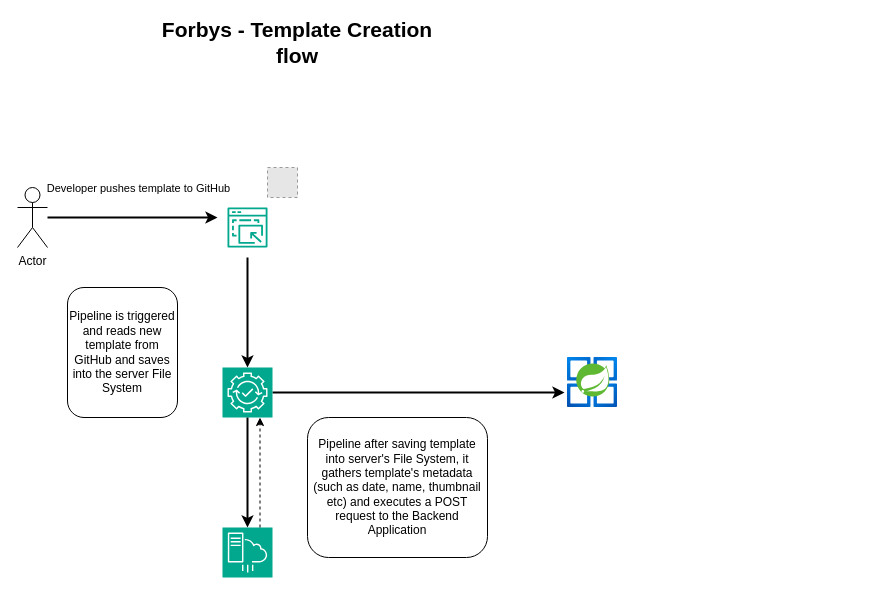
Above: page "Template Creation flow" (1 of 4) of Diagrama sem nome.drawio in Odrakir1/forbys (draw.io), before the change. Source tidied: cells renumbered, new cells numbered last; positions are measured from the earlier drawing's top-left corner, leaving out a move shared by most shapes. Both pictures are drawn from the tidied source at 100%, with x=0, y=0 at pixel (17, 27). Pictures stored in the file or linked from it are replaced by grey dashed boxes.
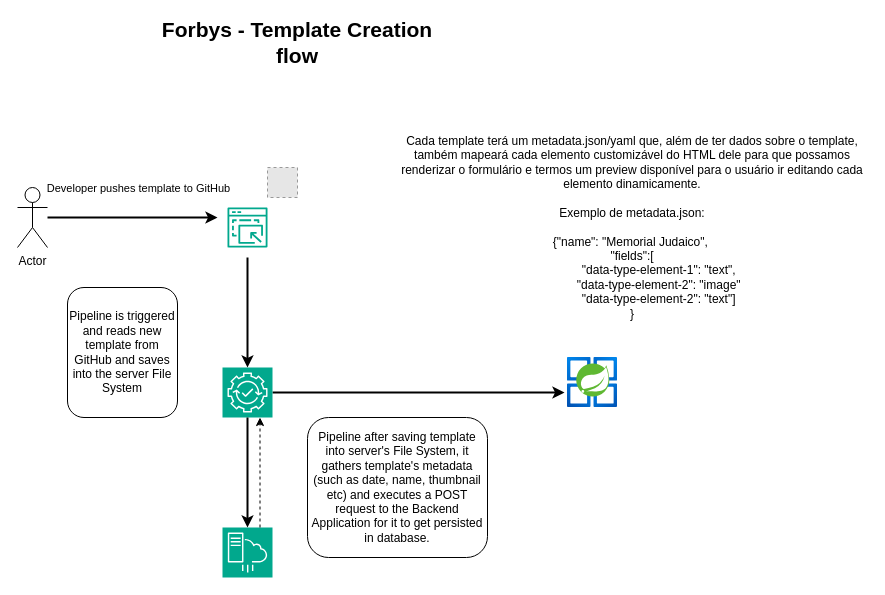
After the change.

What changed in the source:
```diff
@@
 <mxGraphModel>
   <root>
     <mxCell id="0" />
     <mxCell id="1" parent="0" />
     <mxCell id="2" value="Actor" style="shape=umlActor;verticalLabelPosition=bottom;verticalAlign=top;html=1;outlineConnect=0;" parent="1" vertex="1">
       <mxGeometry y="160" width="30" height="60" as="geometry" />
     </mxCell>
     <mxCell id="3" style="sketch=0;fontColor=#232F3E;gradientColor=none;fillColor=#01A88D;strokeColor=none;dashed=0;verticalLabelPosition=bottom;verticalAlign=top;align=center;html=1;fontSize=12;fontStyle=0;shape=mxgraph.aws4.sagemaker_canvas;" parent="1" vertex="1">
       <mxGeometry x="210" y="180" width="40" height="40" as="geometry" />
     </mxCell>
     <mxCell id="4" style="endArrow=classic;html=1;rounded=0;strokeWidth=2;" parent="1" edge="1" source="2">
       <mxGeometry relative="1" as="geometry">
         <mxPoint x="200" y="190" as="targetPoint" />
       </mxGeometry>
     </mxCell>
     <mxCell id="5" value="Developer pushes template to GitHub" style="edgeLabel;html=1;align=center;verticalAlign=middle;" parent="4" vertex="1">
       <mxGeometry x="-0.04" relative="1" as="geometry">
         <mxPoint x="8" y="-30" as="offset" />
       </mxGeometry>
     </mxCell>
     <mxCell id="6" style="fillColor=#E6E6E6;strokeColor=#999999;dashed=1;html=1;verticalAlign=top;verticalLabelPosition=bottom;labelBackgroundColor=#ffffff;" parent="1" vertex="1">
       <mxGeometry x="250" y="140" width="30" height="30" as="geometry" />
     </mxCell>
     <mxCell id="7" style="edgeStyle=orthogonalEdgeStyle;rounded=0;jettySize=auto;html=1;strokeWidth=2;entryX=-0.06;entryY=0.7;entryDx=0;entryDy=0;entryPerimeter=0;" parent="1" edge="1" source="8" target="14">
       <mxGeometry relative="1" as="geometry" />
     </mxCell>
     <mxCell id="8" style="sketch=0;points=[[0,0,0],[0.25,0,0],[0.5,0,0],[0.75,0,0],[1,0,0],[0,1,0],[0.25,1,0],[0.5,1,0],[0.75,1,0],[1,1,0],[0,0.25,0],[0,0.5,0],[0,0.75,0],[1,0.25,0],[1,0.5,0],[1,0.75,0]];outlineConnect=0;fontColor=#232F3E;fillColor=#01A88D;strokeColor=#ffffff;dashed=0;verticalLabelPosition=bottom;verticalAlign=top;align=center;html=1;fontSize=12;fontStyle=0;shape=mxgraph.aws4.resourceIcon;resIcon=mxgraph.aws4.devops_guru;" parent="1" vertex="1">
       <mxGeometry x="205" y="340" width="50" height="50" as="geometry" />
     </mxCell>
     <mxCell id="9" style="sketch=0;points=[[0,0,0],[0.25,0,0],[0.5,0,0],[0.75,0,0],[1,0,0],[0,1,0],[0.25,1,0],[0.5,1,0],[0.75,1,0],[1,1,0],[0,0.25,0],[0,0.5,0],[0,0.75,0],[1,0.25,0],[1,0.5,0],[1,0.75,0]];outlineConnect=0;fontColor=#232F3E;fillColor=#01A88D;strokeColor=#ffffff;dashed=0;verticalLabelPosition=bottom;verticalAlign=top;align=center;html=1;fontSize=12;fontStyle=0;shape=mxgraph.aws4.resourceIcon;resIcon=mxgraph.aws4.server_migration_service;" parent="1" vertex="1">
       <mxGeometry x="205" y="500" width="50" height="50" as="geometry" />
     </mxCell>
     <mxCell id="10" style="endArrow=classic;html=1;rounded=0;entryX=0.5;entryY=0;entryDx=0;entryDy=0;entryPerimeter=0;exitX=0.5;exitY=1;exitDx=0;exitDy=0;exitPerimeter=0;strokeWidth=2;" parent="1" edge="1" source="8" target="9">
       <mxGeometry relative="1" as="geometry" />
     </mxCell>
     <mxCell id="11" style="endArrow=classic;html=1;rounded=0;entryX=0.5;entryY=0;entryDx=0;entryDy=0;entryPerimeter=0;strokeWidth=2;" parent="1" edge="1" target="8">
       <mxGeometry relative="1" as="geometry">
         <mxPoint x="230" y="230" as="sourcePoint" />
       </mxGeometry>
     </mxCell>
     <mxCell id="12" style="endArrow=classic;html=1;rounded=0;entryX=0.75;entryY=1;entryDx=0;entryDy=0;entryPerimeter=0;exitX=0.75;exitY=0;exitDx=0;exitDy=0;exitPerimeter=0;dashed=1;" parent="1" edge="1" source="9" target="8">
       <mxGeometry relative="1" as="geometry" />
     </mxCell>
     <mxCell id="13" value="Pipeline is triggered and reads new template from GitHub and saves into the server File System" style="rounded=1;whiteSpace=wrap;html=1;" parent="1" vertex="1">
       <mxGeometry x="50" y="260" width="110" height="130" as="geometry" />
     </mxCell>
     <mxCell id="14" style="image;html=1;points=[];align=center;fontSize=12;image=img/lib/azure2/compute/Azure_Spring_Cloud.svg;" parent="1" vertex="1">
       <mxGeometry x="550" y="330" width="50" height="50" as="geometry" />
     </mxCell>
-    <mxCell id="15" value="Pipeline after saving template into server's File System, it gathers template's metadata (such as date, name, thumbnail etc) and executes a POST request to the Backend Application" style="rounded=1;whiteSpace=wrap;html=1;" parent="1" vertex="1">
+    <mxCell id="15" value="Pipeline after saving template into server's File System, it gathers template's metadata (such as date, name, thumbnail etc) and executes a POST request to the Backend Application for it to get persisted in database." style="rounded=1;whiteSpace=wrap;html=1;" parent="1" vertex="1">
       <mxGeometry x="290" y="390" width="180" height="140" as="geometry" />
     </mxCell>
     <mxCell id="16" value="&lt;font style=&quot;font-size: 21px;&quot;&gt;&lt;b&gt;Forbys - Template Creation flow&lt;/b&gt;&lt;/font&gt;" style="text;html=1;align=center;verticalAlign=middle;whiteSpace=wrap;rounded=0;" parent="1" vertex="1">
       <mxGeometry x="120" width="320" height="30" as="geometry" />
     </mxCell>
+    <mxCell id="17" value="Cada template terá um metadata.json/yaml que, além de ter dados sobre o template, também mapeará cada elemento customizável do HTML dele para que possamos renderizar o formulário e termos um preview disponível para o usuário ir editando cada elemento dinamicamente.&lt;br&gt;&lt;br&gt;Exemplo de metadata.json:&lt;br&gt;&lt;br&gt;&lt;div&gt;&lt;span style=&quot;font-size: 12px;&quot;&gt;{&lt;/span&gt;&lt;span style=&quot;background-color: initial; color: rgb(0, 0, 0); --darkreader-inline-bgcolor: initial; --darkreader-inline-color: #e8e6e3;&quot;&gt;&quot;name&quot;: &quot;Memorial Judaico&quot;,&amp;nbsp;&lt;/span&gt;&lt;/div&gt;&lt;div&gt;&lt;span style=&quot;background-color: initial; color: rgb(0, 0, 0); --darkreader-inline-bgcolor: initial; --darkreader-inline-color: #e8e6e3;&quot;&gt;&quot;fields&quot;:[&lt;/span&gt;&lt;/div&gt;&lt;div&gt;&lt;span style=&quot;font-size: 12px; white-space: normal;&quot;&gt;&lt;span style=&quot;white-space:pre&quot;&gt;&#9;&#9;&lt;/span&gt;&quot;data-type-element-1&quot;: &quot;text&quot;,&lt;/span&gt;&lt;/div&gt;&lt;div&gt;&lt;span style=&quot;font-size: 12px; white-space: normal;&quot;&gt;&lt;span style=&quot;white-space:pre&quot;&gt;&#9;&#9;&lt;/span&gt;&quot;data-type-element-2&quot;: &quot;image&quot;&lt;/span&gt;&lt;/div&gt;&lt;div&gt;&lt;span style=&quot;font-size: 12px; white-space: normal;&quot;&gt;&lt;span style=&quot;white-space:pre&quot;&gt;&#9;&#9;&lt;/span&gt;&quot;data-type-element-2&quot;: &quot;text&quot;&lt;/span&gt;&lt;span style=&quot;background-color: initial; color: rgb(0, 0, 0); --darkreader-inline-bgcolor: initial; --darkreader-inline-color: #e8e6e3;&quot;&gt;]&lt;/span&gt;&lt;/div&gt;&lt;div&gt;&lt;span style=&quot;background-color: initial; color: rgb(0, 0, 0); --darkreader-inline-bgcolor: initial; --darkreader-inline-color: #e8e6e3;&quot;&gt;}&lt;/span&gt;&lt;/div&gt;" style="text;html=1;align=center;verticalAlign=middle;whiteSpace=wrap;rounded=0;" parent="1" vertex="1">
+      <mxGeometry x="380" y="90" width="470" height="220" as="geometry" />
+    </mxCell>
   </root>
 </mxGraphModel>
```
